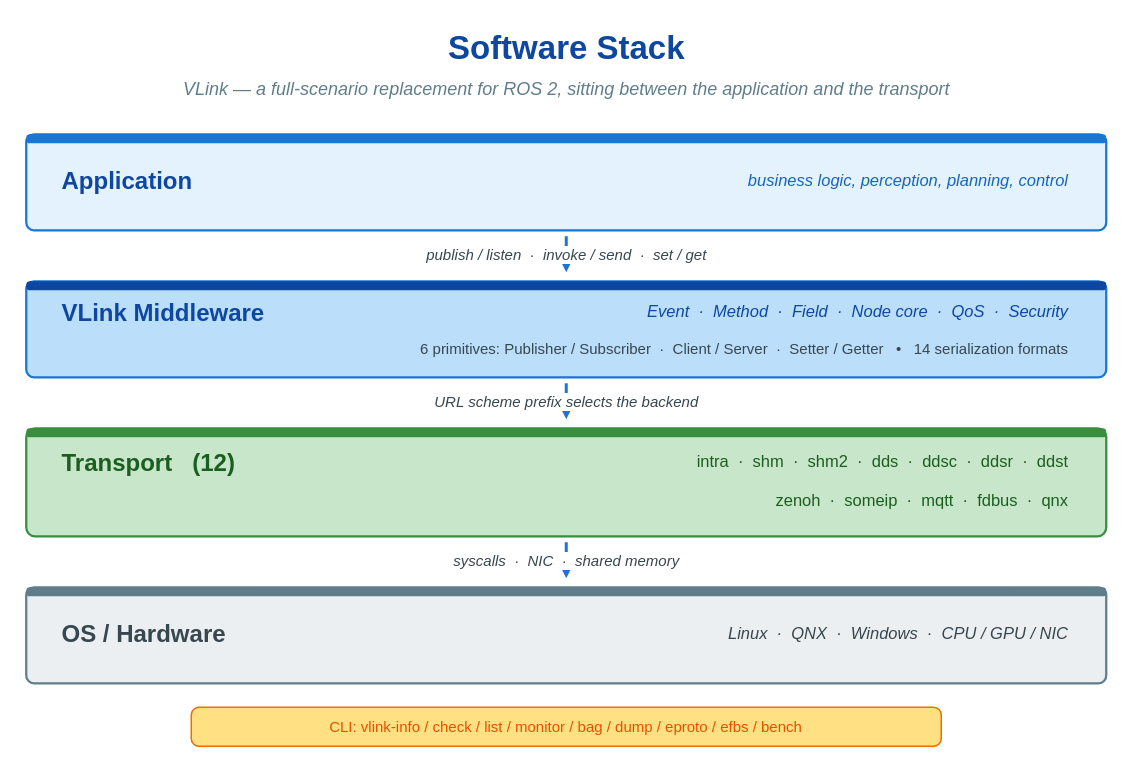
Earlier version of the draw.io diagram doc/images/foreword-software-stack.drawio (thun-res/vlink). Source tidied: cells renumbered, new cells numbered last; positions are measured from the earlier drawing's top-left corner, leaving out a move shared by most shapes. Both pictures are drawn from the tidied source at 150%, with x=0, y=0 at pixel (26, 26).
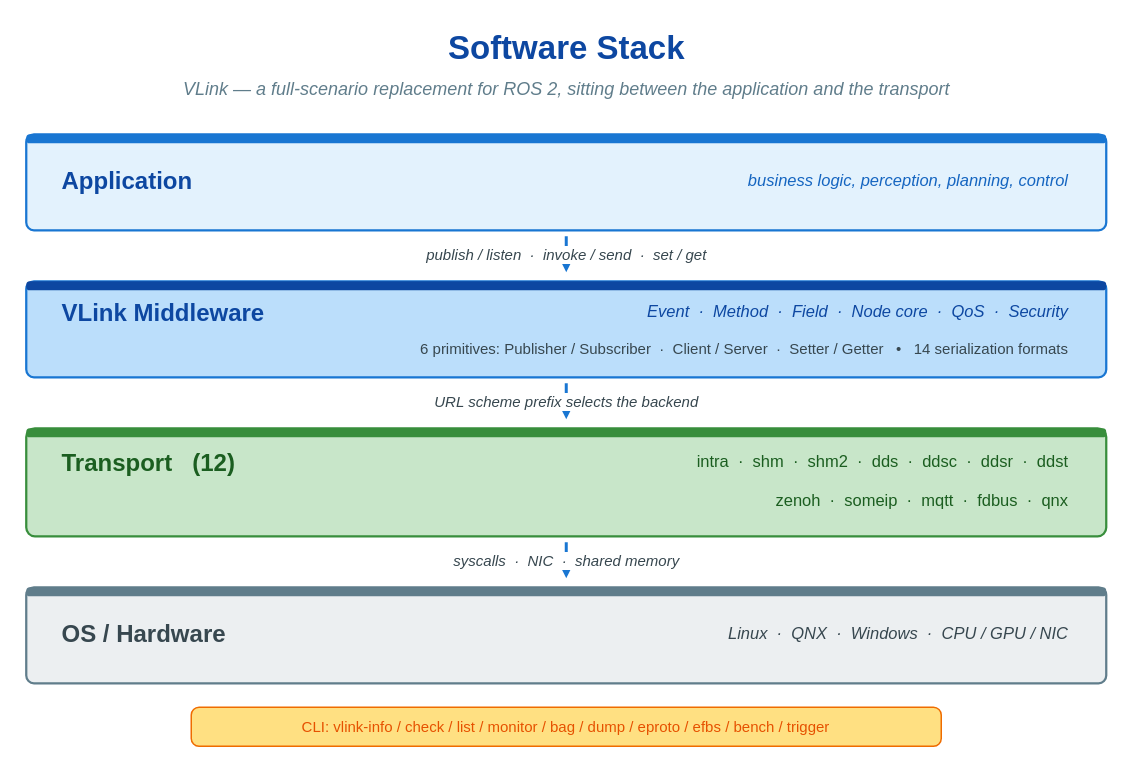
After the change.

Diff of the diagram source:
```diff
@@
-    <mxCell id="25" value="CLI: vlink-info / check / list / monitor / bag / dump / eproto / efbs / bench" style="rounded=1;whiteSpace=wrap;html=1;fillColor=#ffe082;strokeColor=#ef6c00;strokeWidth=1;arcSize=20;shadow=0;fontFamily=Helvetica;fontSize=10;fontStyle=0;fontColor=#e65100;align=center;verticalAlign=middle;" parent="1" vertex="1">
+    <mxCell id="25" value="CLI: vlink-info / check / list / monitor / bag / dump / eproto / efbs / bench / trigger" style="rounded=1;whiteSpace=wrap;html=1;fillColor=#ffe082;strokeColor=#ef6c00;strokeWidth=1;arcSize=20;shadow=0;fontFamily=Helvetica;fontSize=10;fontStyle=0;fontColor=#e65100;align=center;verticalAlign=middle;" parent="1" vertex="1">
       <mxGeometry x="110" y="454" width="500" height="26" as="geometry" />
     </mxCell>
```
